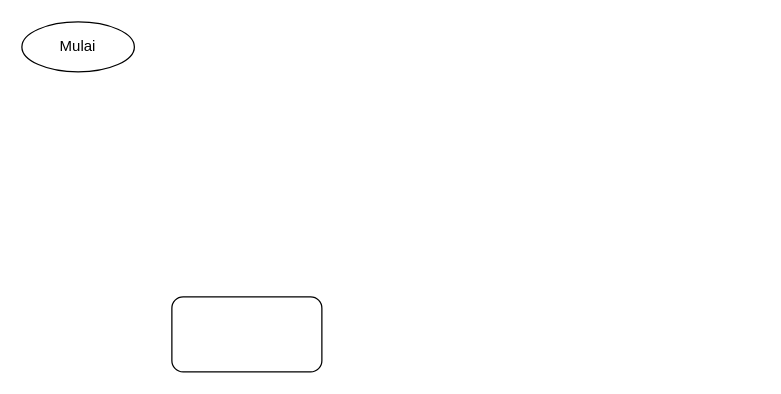
Earlier version of the draw.io diagram Flowmap.drawio (WataKoro/Flowmap_RPL). Source tidied: cells renumbered, new cells numbered last; positions are measured from the earlier drawing's top-left corner, leaving out a move shared by most shapes. Both pictures are drawn from the tidied source at 125%, with x=0, y=0 at pixel (21, 21).
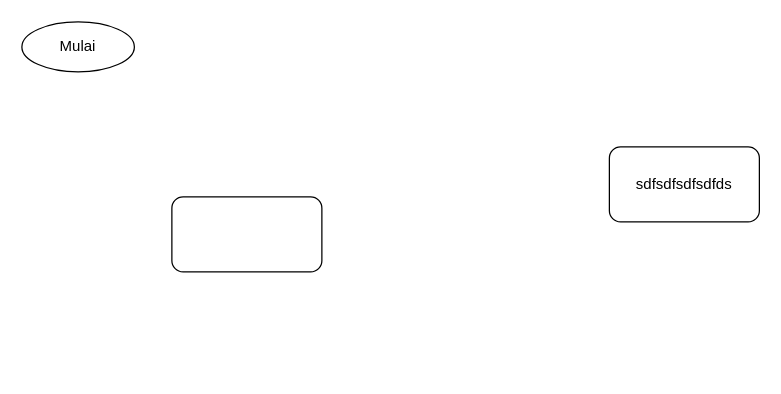
After the change.

Change to the diagram source:
```diff
@@
 <mxGraphModel>
   <root>
     <mxCell id="0" />
     <mxCell id="1" parent="0" />
     <mxCell id="2" value="Mulai" style="ellipse;whiteSpace=wrap;html=1;" parent="1" vertex="1">
       <mxGeometry width="90" height="40" as="geometry" />
     </mxCell>
     <mxCell id="3" style="rounded=1;whiteSpace=wrap;html=1;" parent="1" vertex="1">
-      <mxGeometry x="120" y="220" width="120" height="60" as="geometry" />
+      <mxGeometry x="120" y="140" width="120" height="60" as="geometry" />
     </mxCell>
+    <mxCell id="4" value="sdfsdfsdfsdfds" style="rounded=1;whiteSpace=wrap;html=1;" parent="1" vertex="1">
+      <mxGeometry x="470" y="100" width="120" height="60" as="geometry" />
+    </mxCell>
   </root>
 </mxGraphModel>
```
